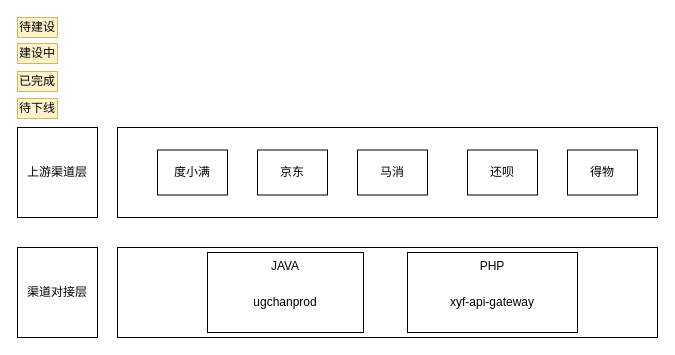
Above: api渠道应用概览图.drawio in yuanlj-tea/picgo (draw.io), before the change. Source tidied: cells renumbered, new cells numbered last; positions are measured from the earlier drawing's top-left corner, leaving out a move shared by most shapes. Both pictures are drawn from the tidied source at 100%, with x=0, y=0 at pixel (17, 17).
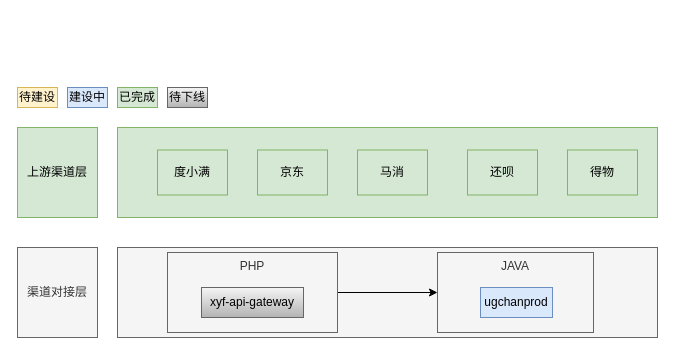
After the change.

Commit message:
更新api渠道应用概览图.drawio

Change to the diagram source:
```diff
@@
 <mxGraphModel>
   <root>
     <mxCell id="0" />
     <mxCell id="1" parent="0" />
-    <mxCell id="2" value="上游渠道层" style="rounded=0;whiteSpace=wrap;html=1;labelBackgroundColor=none;" parent="1" vertex="1">
+    <mxCell id="2" value="上游渠道层" style="rounded=0;whiteSpace=wrap;html=1;labelBackgroundColor=none;fillColor=#d5e8d4;strokeColor=#82b366;" parent="1" vertex="1">
       <mxGeometry y="110" width="80" height="90" as="geometry" />
     </mxCell>
-    <mxCell id="3" style="rounded=0;whiteSpace=wrap;html=1;labelBackgroundColor=none;" parent="1" vertex="1">
+    <mxCell id="3" style="rounded=0;whiteSpace=wrap;html=1;labelBackgroundColor=none;fillColor=#d5e8d4;strokeColor=#82b366;" parent="1" vertex="1">
       <mxGeometry x="100" y="110" width="540" height="90" as="geometry" />
     </mxCell>
-    <mxCell id="4" value="度小满" style="rounded=0;whiteSpace=wrap;html=1;labelBackgroundColor=none;" parent="1" vertex="1">
+    <mxCell id="4" value="度小满" style="rounded=0;whiteSpace=wrap;html=1;labelBackgroundColor=none;fillColor=#d5e8d4;strokeColor=#82b366;" parent="1" vertex="1">
       <mxGeometry x="140" y="132.5" width="70" height="45" as="geometry" />
     </mxCell>
-    <mxCell id="5" value="京东" style="rounded=0;whiteSpace=wrap;html=1;labelBackgroundColor=none;" parent="1" vertex="1">
+    <mxCell id="5" value="京东" style="rounded=0;whiteSpace=wrap;html=1;labelBackgroundColor=none;fillColor=#d5e8d4;strokeColor=#82b366;" parent="1" vertex="1">
       <mxGeometry x="240" y="132.5" width="70" height="45" as="geometry" />
     </mxCell>
-    <mxCell id="6" value="马消" style="rounded=0;whiteSpace=wrap;html=1;labelBackgroundColor=none;" parent="1" vertex="1">
+    <mxCell id="6" value="马消" style="rounded=0;whiteSpace=wrap;html=1;labelBackgroundColor=none;fillColor=#d5e8d4;strokeColor=#82b366;" parent="1" vertex="1">
       <mxGeometry x="340" y="132.5" width="70" height="45" as="geometry" />
     </mxCell>
-    <mxCell id="7" value="还呗" style="rounded=0;whiteSpace=wrap;html=1;labelBackgroundColor=none;" parent="1" vertex="1">
+    <mxCell id="7" value="还呗" style="rounded=0;whiteSpace=wrap;html=1;labelBackgroundColor=none;fillColor=#d5e8d4;strokeColor=#82b366;" parent="1" vertex="1">
       <mxGeometry x="450" y="132.5" width="70" height="45" as="geometry" />
     </mxCell>
-    <mxCell id="8" value="得物" style="rounded=0;whiteSpace=wrap;html=1;labelBackgroundColor=none;" parent="1" vertex="1">
+    <mxCell id="8" value="得物" style="rounded=0;whiteSpace=wrap;html=1;labelBackgroundColor=none;fillColor=#d5e8d4;strokeColor=#82b366;" parent="1" vertex="1">
       <mxGeometry x="550" y="132.5" width="70" height="45" as="geometry" />
     </mxCell>
-    <mxCell id="9" value="渠道对接层" style="rounded=0;whiteSpace=wrap;html=1;labelBackgroundColor=none;" parent="1" vertex="1">
+    <mxCell id="9" value="渠道对接层" style="rounded=0;whiteSpace=wrap;html=1;labelBackgroundColor=none;fillColor=#f5f5f5;fontColor=#333333;strokeColor=#666666;" parent="1" vertex="1">
       <mxGeometry y="230" width="80" height="90" as="geometry" />
     </mxCell>
-    <mxCell id="10" style="rounded=0;whiteSpace=wrap;html=1;labelBackgroundColor=none;" parent="1" vertex="1">
+    <mxCell id="10" style="rounded=0;whiteSpace=wrap;html=1;labelBackgroundColor=none;fillColor=#f5f5f5;fontColor=#333333;strokeColor=#666666;" parent="1" vertex="1">
       <mxGeometry x="100" y="230" width="540" height="90" as="geometry" />
     </mxCell>
-    <mxCell id="11" value="JAVA" style="rounded=0;whiteSpace=wrap;html=1;verticalAlign=top;labelBackgroundColor=none;" parent="1" vertex="1">
-      <mxGeometry x="190" y="235" width="156" height="80" as="geometry" />
+    <mxCell id="11" value="JAVA" style="rounded=0;whiteSpace=wrap;html=1;verticalAlign=top;labelBackgroundColor=none;fillColor=#f5f5f5;fontColor=#333333;strokeColor=#666666;" parent="1" vertex="1">
+      <mxGeometry x="420" y="235" width="156" height="80" as="geometry" />
     </mxCell>
-    <mxCell id="12" value="ugchanprod" style="text;html=1;align=center;verticalAlign=middle;whiteSpace=wrap;rounded=0;labelBackgroundColor=none;" parent="1" vertex="1">
-      <mxGeometry x="238" y="270" width="60" height="30" as="geometry" />
+    <mxCell id="12" value="ugchanprod" style="text;html=1;align=center;verticalAlign=middle;whiteSpace=wrap;rounded=0;labelBackgroundColor=none;fillColor=#dae8fc;strokeColor=#6c8ebf;" parent="1" vertex="1">
+      <mxGeometry x="463" y="270" width="72" height="30" as="geometry" />
     </mxCell>
+    <mxCell id="19" style="edgeStyle=orthogonalEdgeStyle;rounded=0;jettySize=auto;html=1;" parent="1" edge="1" source="13" target="11">
+      <mxGeometry relative="1" as="geometry" />
+    </mxCell>
-    <mxCell id="13" value="PHP" style="rounded=0;whiteSpace=wrap;html=1;verticalAlign=top;labelBackgroundColor=none;" parent="1" vertex="1">
-      <mxGeometry x="390" y="235" width="170" height="80" as="geometry" />
+    <mxCell id="13" value="PHP" style="rounded=0;whiteSpace=wrap;html=1;verticalAlign=top;labelBackgroundColor=none;fillColor=#f5f5f5;fontColor=#333333;strokeColor=#666666;" parent="1" vertex="1">
+      <mxGeometry x="150" y="235" width="170" height="80" as="geometry" />
     </mxCell>
-    <mxCell id="14" value="xyf-api-gateway" style="text;html=1;align=center;verticalAlign=middle;whiteSpace=wrap;rounded=0;labelBackgroundColor=none;" parent="1" vertex="1">
-      <mxGeometry x="424" y="270" width="102" height="30" as="geometry" />
+    <mxCell id="14" value="xyf-api-gateway" style="text;html=1;align=center;verticalAlign=middle;whiteSpace=wrap;rounded=0;labelBackgroundColor=none;fillColor=#f5f5f5;gradientColor=#b3b3b3;strokeColor=#666666;" parent="1" vertex="1">
+      <mxGeometry x="184" y="270" width="102" height="30" as="geometry" />
     </mxCell>
     <mxCell id="15" value="待建设" style="rounded=0;whiteSpace=wrap;html=1;fillColor=#fff2cc;strokeColor=#d6b656;" parent="1" vertex="1">
-      <mxGeometry width="40" height="20" as="geometry" />
+      <mxGeometry y="70" width="40" height="20" as="geometry" />
     </mxCell>
-    <mxCell id="16" value="建设中" style="rounded=0;whiteSpace=wrap;html=1;fillColor=#fff2cc;strokeColor=#d6b656;" parent="1" vertex="1">
-      <mxGeometry y="26" width="40" height="20" as="geometry" />
+    <mxCell id="16" value="建设中" style="rounded=0;whiteSpace=wrap;html=1;fillColor=#dae8fc;strokeColor=#6c8ebf;" parent="1" vertex="1">
+      <mxGeometry x="50" y="70" width="40" height="20" as="geometry" />
     </mxCell>
-    <mxCell id="17" value="已完成" style="rounded=0;whiteSpace=wrap;html=1;fillColor=#fff2cc;strokeColor=#d6b656;" parent="1" vertex="1">
-      <mxGeometry y="54" width="40" height="20" as="geometry" />
+    <mxCell id="17" value="已完成" style="rounded=0;whiteSpace=wrap;html=1;fillColor=#d5e8d4;strokeColor=#82b366;" parent="1" vertex="1">
+      <mxGeometry x="100" y="70" width="40" height="20" as="geometry" />
     </mxCell>
-    <mxCell id="18" value="待下线" style="rounded=0;whiteSpace=wrap;html=1;fillColor=#fff2cc;strokeColor=#d6b656;" parent="1" vertex="1">
-      <mxGeometry y="81" width="40" height="20" as="geometry" />
+    <mxCell id="18" value="待下线" style="rounded=0;whiteSpace=wrap;html=1;fillColor=#f5f5f5;strokeColor=#666666;gradientColor=#b3b3b3;" parent="1" vertex="1">
+      <mxGeometry x="150" y="70" width="40" height="20" as="geometry" />
     </mxCell>
   </root>
 </mxGraphModel>
```
